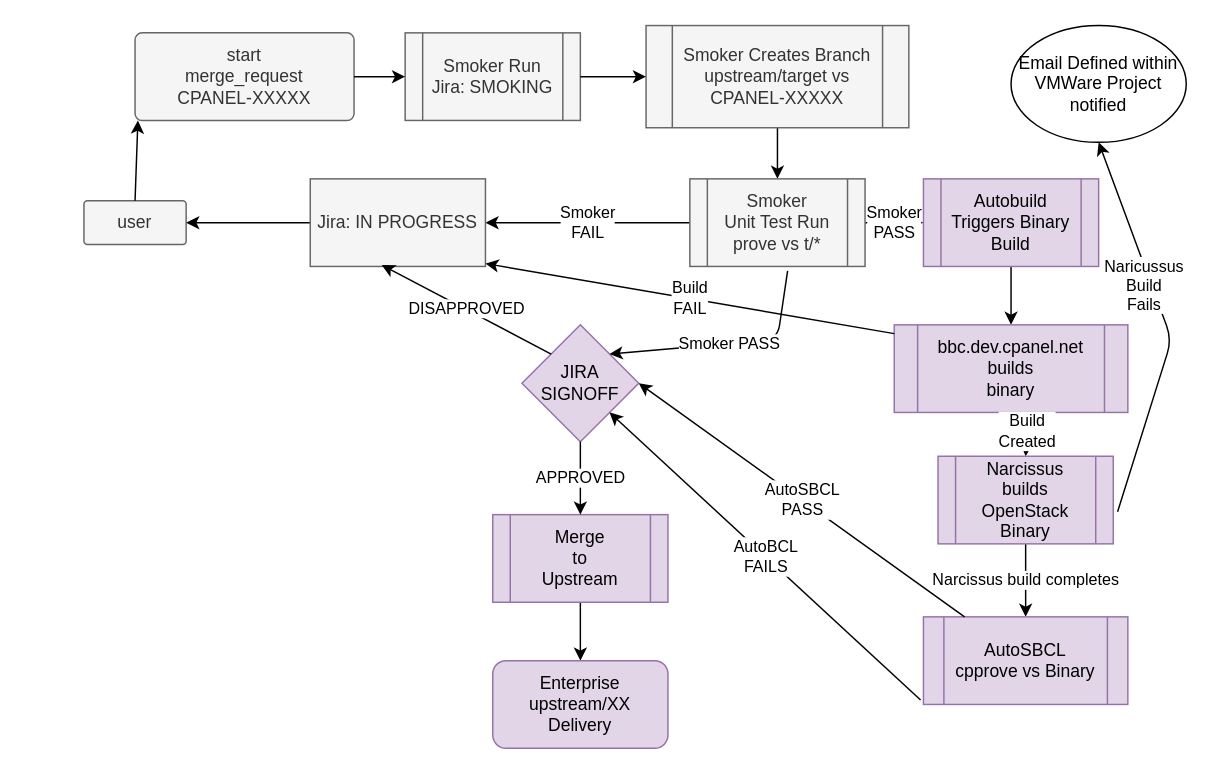
davelcpanelnet-zz/AutoSBCL keeps this draw.io diagram as map/AutoSBCL-v0_004.drawio. Above is the earlier version. Source tidied: cells renumbered, new cells numbered last; positions are measured from the earlier drawing's top-left corner, leaving out a move shared by most shapes. Both pictures are drawn from the tidied source at 146%, with x=0, y=0 at pixel (83, 25).
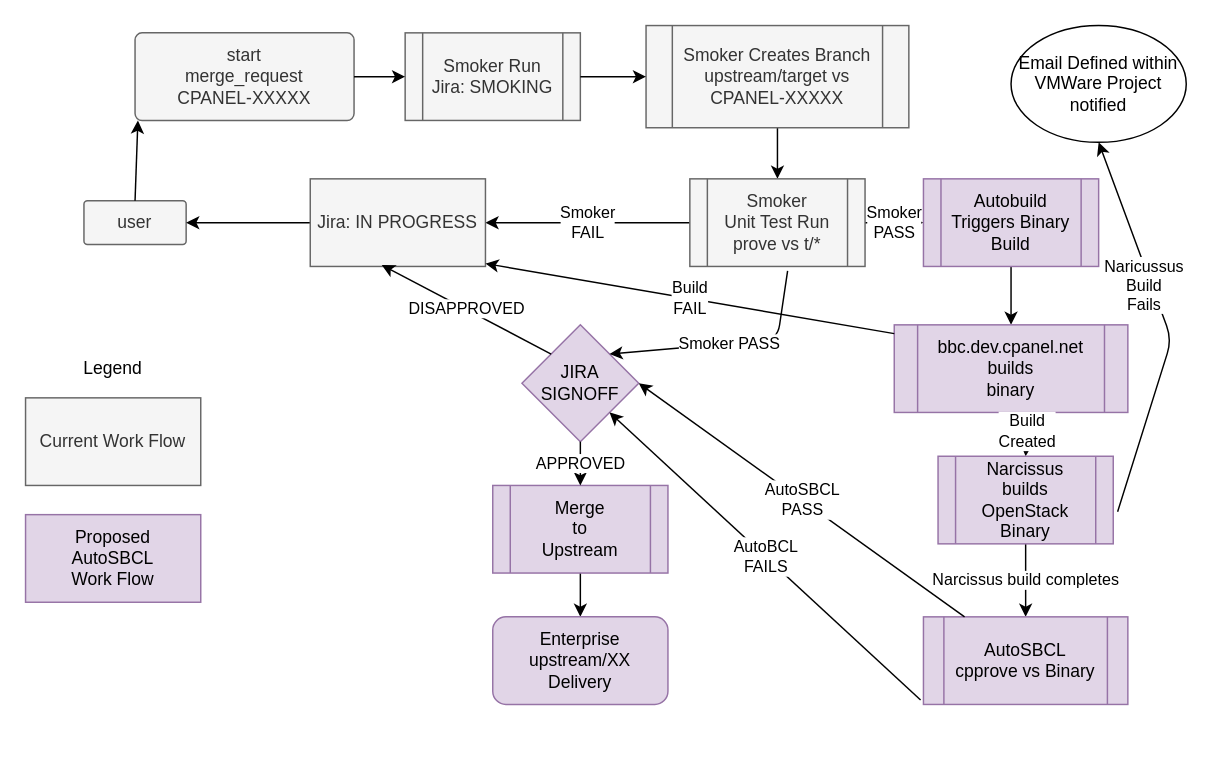
Above is the later version.

The edit, as a diff of the source:
```diff
@@
     <mxCell id="21" value="&lt;div&gt;Merge&lt;/div&gt;&lt;div&gt;to&lt;/div&gt;&lt;div&gt;Upstream&lt;br&gt;&lt;/div&gt;" style="shape=process;whiteSpace=wrap;html=1;backgroundOutline=1;glass=0;fillColor=#e1d5e7;strokeColor=#9673a6;" parent="1" vertex="1">
-      <mxGeometry x="280" y="335" width="120" height="60" as="geometry" />
+      <mxGeometry x="280" y="315" width="120" height="60" as="geometry" />
     </mxCell>
@@
     <mxCell id="31" value="&lt;div&gt;Enterprise&lt;br&gt;&lt;/div&gt;&lt;div&gt;upstream/XX&lt;/div&gt;&lt;div&gt;Delivery&lt;br&gt;&lt;/div&gt;" style="rounded=1;whiteSpace=wrap;html=1;glass=0;fillColor=#e1d5e7;strokeColor=#9673a6;" parent="1" vertex="1">
-      <mxGeometry x="280" y="435" width="120" height="60" as="geometry" />
+      <mxGeometry x="280" y="405" width="120" height="60" as="geometry" />
     </mxCell>
@@
+    <mxCell id="34" value="Current Work Flow" style="rounded=0;whiteSpace=wrap;html=1;glass=0;fillColor=#f5f5f5;strokeColor=#666666;fontColor=#333333;" parent="1" vertex="1">
+      <mxGeometry x="-40" y="255" width="120" height="60" as="geometry" />
+    </mxCell>
+    <mxCell id="35" value="Legend" style="text;html=1;strokeColor=none;fillColor=none;align=center;verticalAlign=middle;whiteSpace=wrap;rounded=0;glass=0;" parent="1" vertex="1">
+      <mxGeometry y="225" width="40" height="20" as="geometry" />
+    </mxCell>
+    <mxCell id="36" value="&lt;div&gt;Proposed&lt;/div&gt;&lt;div&gt;AutoSBCL&lt;/div&gt;&lt;div&gt;Work Flow&lt;br&gt;&lt;/div&gt;" style="rounded=0;whiteSpace=wrap;html=1;glass=0;fillColor=#e1d5e7;strokeColor=#9673a6;" parent="1" vertex="1">
+      <mxGeometry x="-40" y="335" width="120" height="60" as="geometry" />
+    </mxCell>
```
